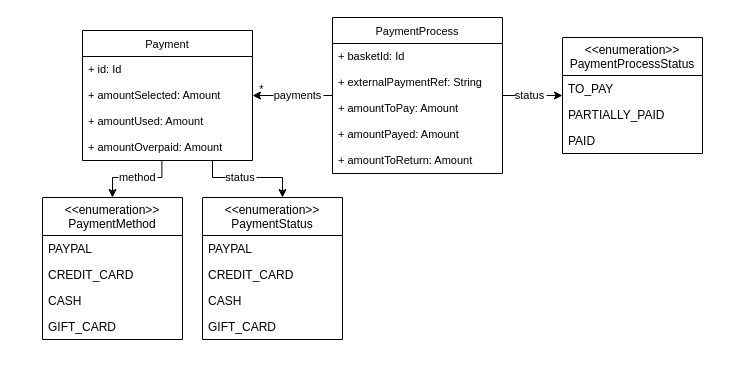
Earlier version of the draw.io diagram svg/ValueObjectPaymentDiagram.drawio (Thalmaier/bachelor-thesis). Source tidied: cells renumbered, new cells numbered last; positions are measured from the earlier drawing's top-left corner, leaving out a move shared by most shapes. Both pictures are drawn from the tidied source at 100%, with x=0, y=0 at pixel (42, 17).
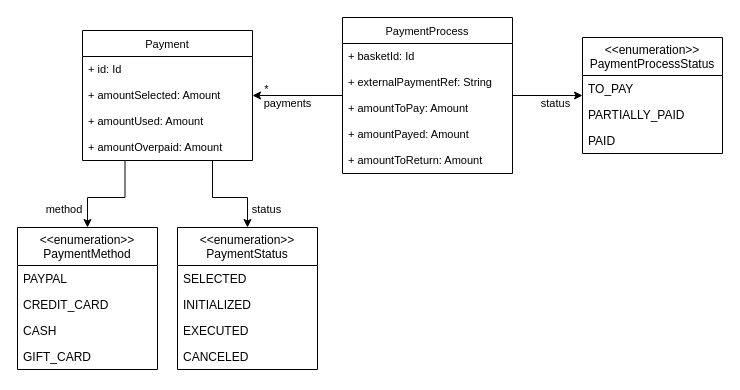
Above is the later version.

The change refers to these unchanged cells:
```xml
<mxCell id="23" value="+ amountOverpaid: Amount" style="text;strokeColor=none;fillColor=none;align=left;verticalAlign=top;spacingLeft=4;spacingRight=4;overflow=hidden;points=[[0,0.5],[1,0.5]];portConstraint=eastwest;labelBackgroundColor=#FFFFFF;fontFamily=Helvetica;fontSize=11;fontColor=#000000;" parent="19" vertex="1">
  <mxGeometry y="104" width="170" height="26" as="geometry" />
</mxCell>
```

Change to the diagram source:
```diff
@@
-    <mxCell id="2" style="edgeStyle=orthogonalEdgeStyle;rounded=0;jettySize=auto;html=1;labelBackgroundColor=none;fontFamily=Helvetica;fontSize=11;fontColor=#000000;" parent="1" edge="1" source="7" target="13">
+    <mxCell id="2" style="edgeStyle=orthogonalEdgeStyle;rounded=0;jettySize=auto;html=1;labelBackgroundColor=none;fontFamily=Helvetica;fontSize=11;fontColor=#000000;strokeColor=#000000;" parent="1" edge="1" source="7" target="13">
       <mxGeometry relative="1" as="geometry" />
     </mxCell>
     <mxCell id="3" value="status" style="edgeLabel;align=center;verticalAlign=middle;fontSize=11;fontFamily=Helvetica;fontColor=#000000;labelBackgroundColor=#FFFFFF;" parent="2" vertex="1">
       <mxGeometry x="-0.19" relative="1" as="geometry">
-        <mxPoint x="3" y="-1" as="offset" />
+        <mxPoint x="15" y="7" as="offset" />
       </mxGeometry>
     </mxCell>
-    <mxCell id="4" style="edgeStyle=orthogonalEdgeStyle;rounded=0;jettySize=auto;html=1;labelBackgroundColor=none;fontFamily=Helvetica;fontSize=11;fontColor=#000000;" parent="1" edge="1" source="7" target="19">
+    <mxCell id="4" style="edgeStyle=orthogonalEdgeStyle;rounded=0;jettySize=auto;html=1;labelBackgroundColor=none;fontFamily=Helvetica;fontSize=11;fontColor=#000000;strokeColor=#000000;" parent="1" edge="1" source="7" target="19">
       <mxGeometry relative="1" as="geometry" />
     </mxCell>
     <mxCell id="5" value="payments" style="edgeLabel;align=center;verticalAlign=middle;fontSize=11;fontFamily=Helvetica;fontColor=#000000;labelBackgroundColor=#FFFFFF;" parent="4" vertex="1">
       <mxGeometry x="0.14" relative="1" as="geometry">
-        <mxPoint x="11" y="-1" as="offset" />
+        <mxPoint x="-4" y="7" as="offset" />
       </mxGeometry>
     </mxCell>
     <mxCell id="6" value="*" style="edgeLabel;html=1;align=center;verticalAlign=middle;fontSize=11;fontFamily=Helvetica;fontColor=#000000;labelBackgroundColor=none;" parent="4" vertex="1">
       <mxGeometry x="0.35" relative="1" as="geometry">
-        <mxPoint x="-18" y="-7" as="offset" />
+        <mxPoint x="-16" y="-7" as="offset" />
       </mxGeometry>
     </mxCell>
-    <mxCell id="7" value="PaymentProcess" style="swimlane;fontStyle=0;horizontal=1;startSize=26;fillColor=none;labelBackgroundColor=#FFFFFF;fontFamily=Helvetica;fontSize=11;fontColor=#000000;" parent="1" vertex="1">
-      <mxGeometry x="290" width="170" height="156" as="geometry" />
+    <mxCell id="7" value="PaymentProcess" style="swimlane;fontStyle=0;horizontal=1;startSize=26;fillColor=none;labelBackgroundColor=#FFFFFF;fontFamily=Helvetica;fontSize=11;fontColor=#000000;strokeColor=#000000;" parent="1" vertex="1">
+      <mxGeometry x="300" width="170" height="156" as="geometry" />
     </mxCell>
@@
     <mxCell id="13" value="&lt;&lt;enumeration&gt;&gt;&#10;PaymentProcessStatus" style="swimlane;fontStyle=0;horizontal=1;startSize=38;fillColor=none;labelBackgroundColor=none;fontColor=#000000;strokeColor=#000000;" parent="1" vertex="1">
-      <mxGeometry x="520" y="20" width="140" height="116" as="geometry" />
+      <mxGeometry x="540" y="20" width="140" height="116" as="geometry" />
     </mxCell>
@@
-    <mxCell id="17" style="edgeStyle=orthogonalEdgeStyle;rounded=0;jettySize=auto;html=1;labelBackgroundColor=none;fontFamily=Helvetica;fontSize=11;fontColor=#000000;exitX=0.467;exitY=1.023;exitDx=0;exitDy=0;exitPerimeter=0;" parent="1" edge="1" source="23" target="24">
+    <mxCell id="17" style="edgeStyle=orthogonalEdgeStyle;rounded=0;jettySize=auto;html=1;labelBackgroundColor=none;fontFamily=Helvetica;fontSize=11;fontColor=#000000;exitX=0.25;exitY=1;exitDx=0;exitDy=0;entryX=0.5;entryY=0;entryDx=0;entryDy=0;strokeColor=#000000;" parent="1" edge="1" source="19" target="24">
       <mxGeometry relative="1" as="geometry">
         <Array as="points">
-          <mxPoint x="119" y="160" />
-          <mxPoint x="70" y="160" />
+          <mxPoint x="83" y="180" />
+          <mxPoint x="45" y="180" />
         </Array>
       </mxGeometry>
     </mxCell>
     <mxCell id="18" value="method" style="edgeLabel;align=center;verticalAlign=middle;fontSize=11;fontFamily=Helvetica;fontColor=#000000;labelBackgroundColor=#FFFFFF;" parent="17" vertex="1">
       <mxGeometry x="-0.09" relative="1" as="geometry">
-        <mxPoint x="-2" y="-1" as="offset" />
+        <mxPoint x="-50" y="11" as="offset" />
       </mxGeometry>
     </mxCell>
-    <mxCell id="19" value="Payment" style="swimlane;fontStyle=0;horizontal=1;startSize=26;fillColor=none;labelBackgroundColor=#FFFFFF;fontFamily=Helvetica;fontSize=11;fontColor=#000000;" parent="1" vertex="1">
+    <mxCell id="19" value="Payment" style="swimlane;fontStyle=0;horizontal=1;startSize=26;fillColor=none;labelBackgroundColor=#FFFFFF;fontFamily=Helvetica;fontSize=11;fontColor=#000000;strokeColor=#000000;" parent="1" vertex="1">
       <mxGeometry x="40" y="13" width="170" height="130" as="geometry" />
     </mxCell>
@@
     <mxCell id="24" value="&lt;&lt;enumeration&gt;&gt;&#10;PaymentMethod" style="swimlane;fontStyle=0;horizontal=1;startSize=38;fillColor=none;labelBackgroundColor=none;fontColor=#000000;strokeColor=#000000;" parent="1" vertex="1">
-      <mxGeometry y="180" width="140" height="142" as="geometry" />
+      <mxGeometry x="-25" y="210" width="140" height="142" as="geometry" />
     </mxCell>
@@
     <mxCell id="29" value="&lt;&lt;enumeration&gt;&gt;&#10;PaymentStatus" style="swimlane;fontStyle=0;horizontal=1;startSize=38;fillColor=none;labelBackgroundColor=none;fontColor=#000000;strokeColor=#000000;" parent="1" vertex="1">
-      <mxGeometry x="160" y="180" width="140" height="142" as="geometry" />
+      <mxGeometry x="135" y="210" width="140" height="142" as="geometry" />
     </mxCell>
-    <mxCell id="30" value="PAYPAL" style="text;strokeColor=none;fillColor=none;align=left;verticalAlign=top;spacingLeft=4;spacingRight=4;overflow=hidden;labelBackgroundColor=none;fontColor=#000000;" parent="29" vertex="1">
+    <mxCell id="30" value="SELECTED" style="text;strokeColor=none;fillColor=none;align=left;verticalAlign=top;spacingLeft=4;spacingRight=4;overflow=hidden;labelBackgroundColor=none;fontColor=#000000;" parent="29" vertex="1">
       <mxGeometry y="38" width="140" height="26" as="geometry" />
     </mxCell>
-    <mxCell id="31" value="CREDIT_CARD" style="text;strokeColor=none;fillColor=none;align=left;verticalAlign=top;spacingLeft=4;spacingRight=4;overflow=hidden;labelBackgroundColor=none;fontColor=#000000;" parent="29" vertex="1">
+    <mxCell id="31" value="INITIALIZED" style="text;strokeColor=none;fillColor=none;align=left;verticalAlign=top;spacingLeft=4;spacingRight=4;overflow=hidden;labelBackgroundColor=none;fontColor=#000000;" parent="29" vertex="1">
       <mxGeometry y="64" width="140" height="26" as="geometry" />
     </mxCell>
-    <mxCell id="32" value="CASH" style="text;strokeColor=none;fillColor=none;align=left;verticalAlign=top;spacingLeft=4;spacingRight=4;overflow=hidden;labelBackgroundColor=none;fontColor=#000000;" parent="29" vertex="1">
+    <mxCell id="32" value="EXECUTED" style="text;strokeColor=none;fillColor=none;align=left;verticalAlign=top;spacingLeft=4;spacingRight=4;overflow=hidden;labelBackgroundColor=none;fontColor=#000000;" parent="29" vertex="1">
       <mxGeometry y="90" width="140" height="26" as="geometry" />
     </mxCell>
-    <mxCell id="33" value="GIFT_CARD" style="text;strokeColor=none;fillColor=none;align=left;verticalAlign=top;spacingLeft=4;spacingRight=4;overflow=hidden;labelBackgroundColor=none;fontColor=#000000;" parent="29" vertex="1">
+    <mxCell id="33" value="CANCELED" style="text;strokeColor=none;fillColor=none;align=left;verticalAlign=top;spacingLeft=4;spacingRight=4;overflow=hidden;labelBackgroundColor=none;fontColor=#000000;" parent="29" vertex="1">
       <mxGeometry y="116" width="140" height="26" as="geometry" />
     </mxCell>
-    <mxCell id="34" style="edgeStyle=orthogonalEdgeStyle;rounded=0;jettySize=auto;html=1;exitX=0.75;exitY=1;exitDx=0;exitDy=0;labelBackgroundColor=none;fontFamily=Helvetica;fontSize=11;fontColor=#000000;" parent="1" edge="1" source="19" target="29">
+    <mxCell id="34" style="edgeStyle=orthogonalEdgeStyle;rounded=0;jettySize=auto;html=1;exitX=0.75;exitY=1;exitDx=0;exitDy=0;labelBackgroundColor=none;fontFamily=Helvetica;fontSize=11;fontColor=#000000;entryX=0.5;entryY=0;entryDx=0;entryDy=0;strokeColor=#000000;" parent="1" edge="1" source="19" target="29">
       <mxGeometry relative="1" as="geometry">
         <Array as="points">
           <mxPoint x="170" y="143" />
-          <mxPoint x="170" y="160" />
-          <mxPoint x="240" y="160" />
+          <mxPoint x="170" y="180" />
+          <mxPoint x="205" y="180" />
         </Array>
       </mxGeometry>
     </mxCell>
     <mxCell id="35" value="status" style="edgeLabel;align=center;verticalAlign=middle;fontColor=#000000;labelBackgroundColor=#FFFFFF;" parent="34" vertex="1">
       <mxGeometry x="-0.29" relative="1" as="geometry">
-        <mxPoint x="8" y="-1" as="offset" />
+        <mxPoint x="54" y="13" as="offset" />
       </mxGeometry>
     </mxCell>
```
